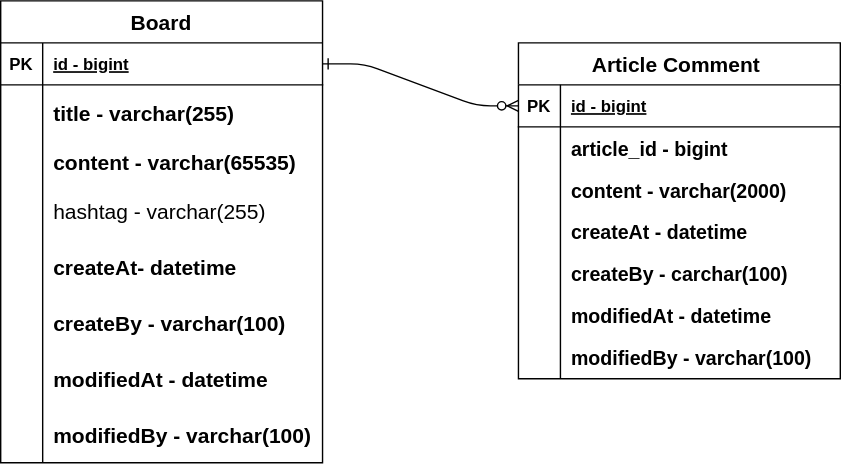
Earlier version of the draw.io export document/project-board-erd.svg (dkim0115/fastcampus-project-board). Source tidied: cells renumbered, new cells last; positions are measured from the earlier drawing's top-left corner, leaving out a move shared by most shapes.
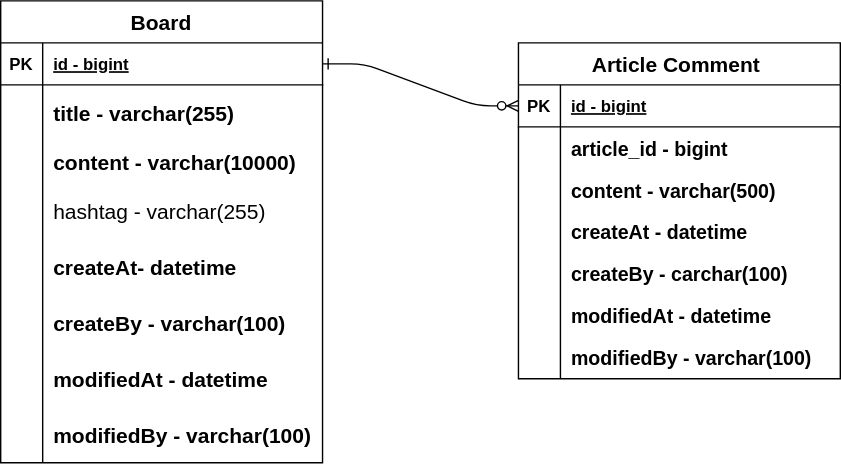
The same diagram one commit later.

Commit message:
#10 - erd updated : content size changed

Change to the diagram source:
```diff
@@ -32,7 +32,7 @@
     <mxCell id="11" style="shape=partialRectangle;overflow=hidden;fillColor=none;top=0;left=0;bottom=0;right=0;" parent="10" vertex="1">
       <mxGeometry width="30" height="30" as="geometry" />
     </mxCell>
-    <mxCell id="12" value="content - varchar(2000)" style="shape=partialRectangle;overflow=hidden;fillColor=none;top=0;left=0;bottom=0;right=0;align=left;spacingLeft=6;fontStyle=1;fontSize=14;" parent="10" vertex="1">
+    <mxCell id="12" value="content - varchar(500)" style="shape=partialRectangle;overflow=hidden;fillColor=none;top=0;left=0;bottom=0;right=0;align=left;spacingLeft=6;fontStyle=1;fontSize=14;" parent="10" vertex="1">
       <mxGeometry x="30" width="200" height="30" as="geometry" />
     </mxCell>
     <mxCell id="13" style="shape=partialRectangle;fillColor=none;top=0;left=0;right=0;bottom=0;" parent="3" vertex="1">
@@ -98,7 +98,7 @@
     <mxCell id="33" style="shape=partialRectangle;overflow=hidden;fillColor=none;top=0;left=0;bottom=0;right=0;" parent="32" vertex="1">
       <mxGeometry width="30" height="30" as="geometry" />
     </mxCell>
-    <mxCell id="34" value="content - varchar(65535)" style="shape=partialRectangle;overflow=hidden;fillColor=none;top=0;left=0;bottom=0;right=0;align=left;spacingLeft=6;fontStyle=1;strokeWidth=3;fontSize=15;" parent="32" vertex="1">
+    <mxCell id="34" value="content - varchar(10000)" style="shape=partialRectangle;overflow=hidden;fillColor=none;top=0;left=0;bottom=0;right=0;align=left;spacingLeft=6;fontStyle=1;strokeWidth=3;fontSize=15;" parent="32" vertex="1">
       <mxGeometry x="30" width="200" height="30" as="geometry" />
     </mxCell>
     <mxCell id="35" style="shape=partialRectangle;fillColor=none;top=0;left=0;right=0;bottom=0;" parent="25" vertex="1">
```
